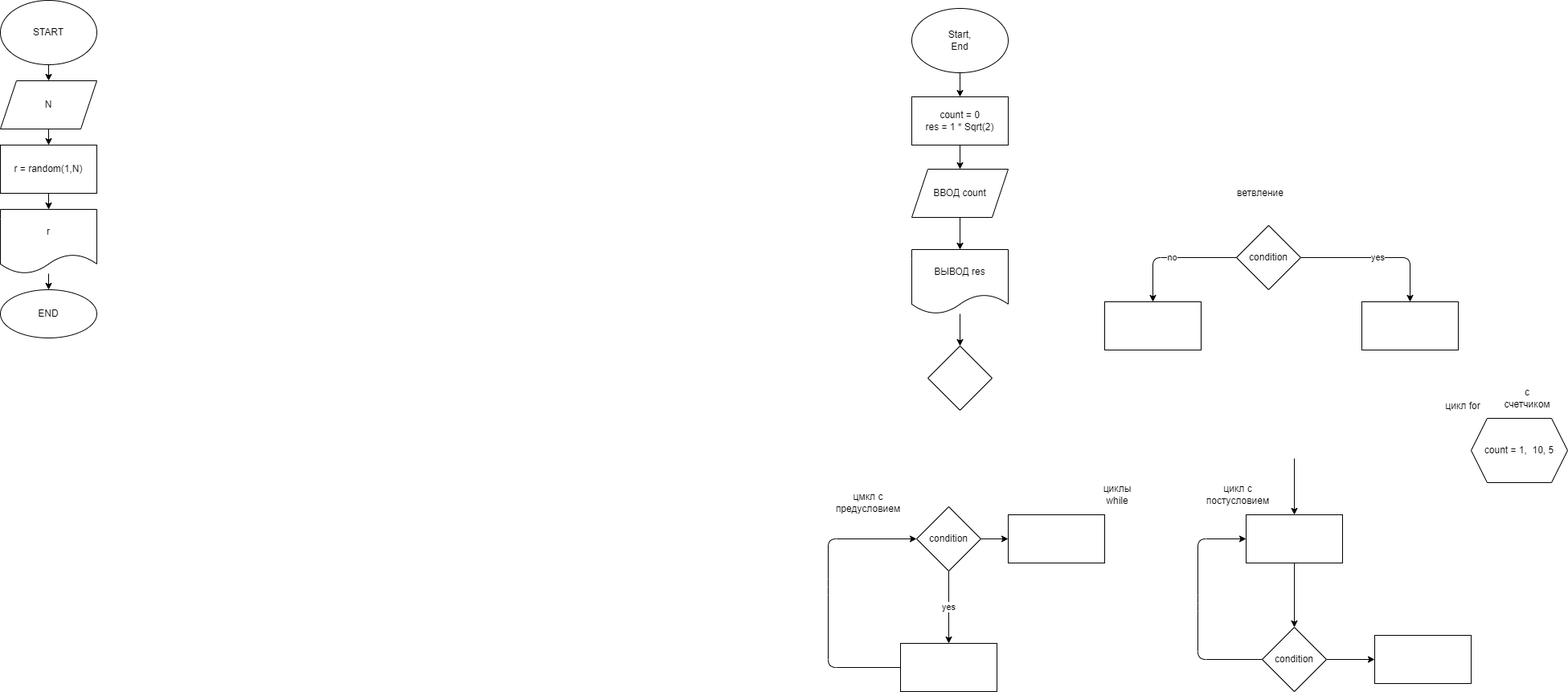
Above: 123.drawio.png in kirillnaumenk0/practic (draw.io), before the change. Source tidied: cells renumbered, new cells last; positions are measured from the earlier drawing's top-left corner, leaving out a move shared by most shapes.
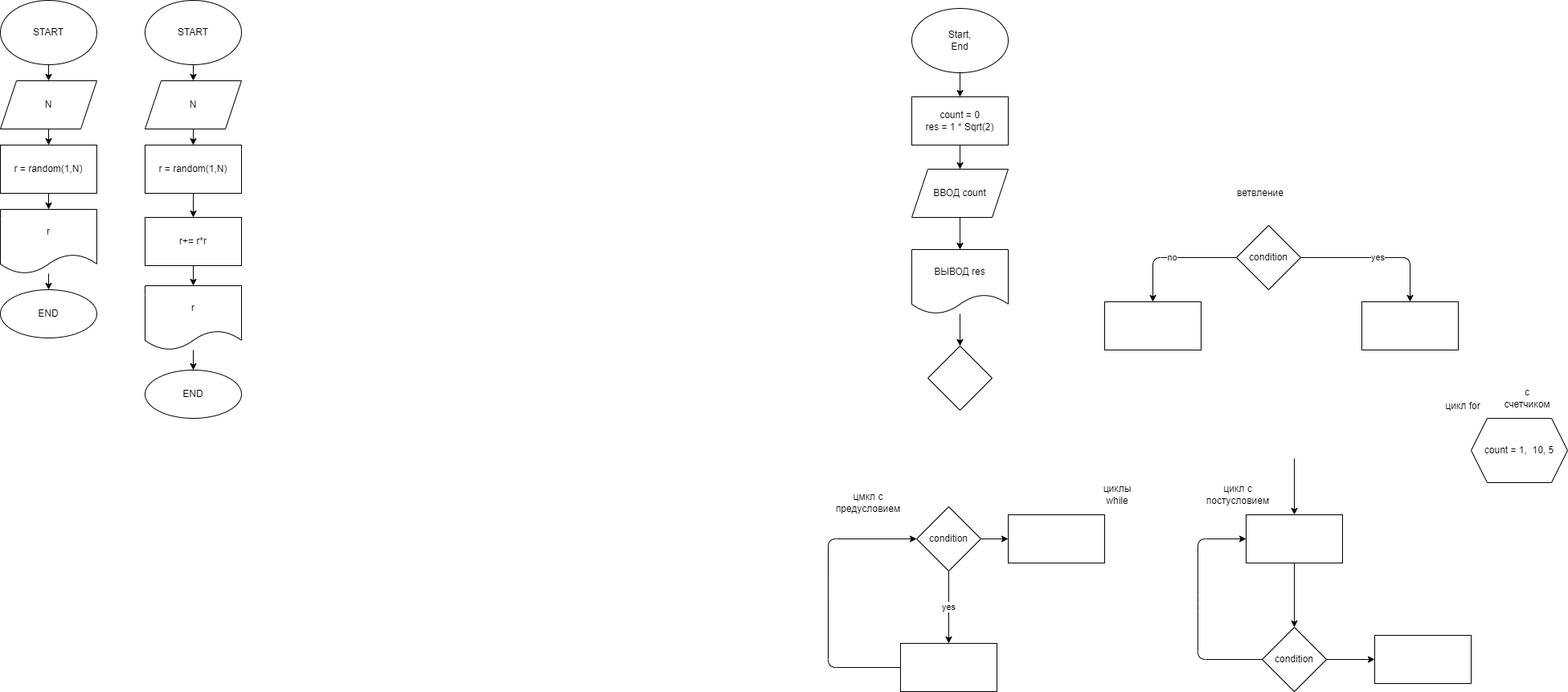
The same diagram one commit later.

The edit, as a diff of the source:
```diff
@@ -153,5 +153,38 @@
     <mxCell id="44" value="END" style="ellipse;whiteSpace=wrap;html=1;" parent="1" vertex="1">
       <mxGeometry y="360" width="120" height="60" as="geometry" />
     </mxCell>
+    <mxCell id="45" style="edgeStyle=none;html=1;" parent="1" edge="1" source="46" target="48">
+      <mxGeometry relative="1" as="geometry" />
+    </mxCell>
+    <mxCell id="46" value="START" style="ellipse;whiteSpace=wrap;html=1;" parent="1" vertex="1">
+      <mxGeometry x="180" width="120" height="80" as="geometry" />
+    </mxCell>
+    <mxCell id="47" style="edgeStyle=none;html=1;" parent="1" edge="1" source="48" target="50">
+      <mxGeometry relative="1" as="geometry" />
+    </mxCell>
+    <mxCell id="48" value="N" style="shape=parallelogram;perimeter=parallelogramPerimeter;whiteSpace=wrap;html=1;fixedSize=1;" parent="1" vertex="1">
+      <mxGeometry x="180" y="100" width="120" height="60" as="geometry" />
+    </mxCell>
+    <mxCell id="49" style="edgeStyle=none;html=1;" parent="1" edge="1" source="50" target="55">
+      <mxGeometry relative="1" as="geometry" />
+    </mxCell>
+    <mxCell id="50" value="r = random(1,N)" style="whiteSpace=wrap;html=1;" parent="1" vertex="1">
+      <mxGeometry x="180" y="180" width="120" height="60" as="geometry" />
+    </mxCell>
+    <mxCell id="51" style="edgeStyle=none;html=1;" parent="1" edge="1" source="52" target="53">
+      <mxGeometry relative="1" as="geometry" />
+    </mxCell>
+    <mxCell id="52" value="r" style="shape=document;whiteSpace=wrap;html=1;boundedLbl=1;" parent="1" vertex="1">
+      <mxGeometry x="180" y="355" width="120" height="80" as="geometry" />
+    </mxCell>
+    <mxCell id="53" value="END" style="ellipse;whiteSpace=wrap;html=1;" parent="1" vertex="1">
+      <mxGeometry x="180" y="460" width="120" height="60" as="geometry" />
+    </mxCell>
+    <mxCell id="54" style="edgeStyle=none;html=1;exitX=0.5;exitY=1;exitDx=0;exitDy=0;entryX=0.5;entryY=0;entryDx=0;entryDy=0;" parent="1" edge="1" source="55" target="52">
+      <mxGeometry relative="1" as="geometry" />
+    </mxCell>
+    <mxCell id="55" value="r+= r*r" style="whiteSpace=wrap;html=1;" parent="1" vertex="1">
+      <mxGeometry x="180" y="270" width="120" height="60" as="geometry" />
+    </mxCell>
   </root>
 </mxGraphModel>
```
